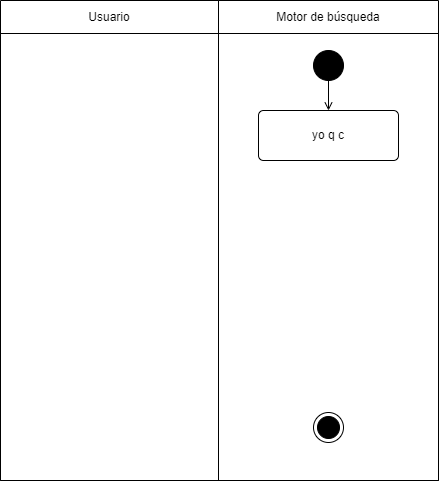
Above: diagramas/actividades/Buscar arquitectura.drawio.png in TT-NAS/NAS (draw.io), before the change. Source tidied: cells renumbered, new cells last; positions are measured from the earlier drawing's top-left corner, leaving out a move shared by most shapes. Source of this version:
```xml
<mxGraphModel>
  <root>
    <mxCell id="0" />
    <mxCell id="1" parent="0" />
    <mxCell id="2" style="shape=table;html=1;whiteSpace=wrap;startSize=0;fillColor=none;swimlaneFillColor=#ffffff;strokeColor=none;" parent="1" vertex="1">
      <mxGeometry width="438" height="480" as="geometry" />
    </mxCell>
    <mxCell id="3" style="shape=partialRectangle;html=1;whiteSpace=wrap;fillColor=none;top=0;left=0;bottom=0;right=0;strokeColor=none;" parent="2" vertex="1">
      <mxGeometry width="438" height="33" as="geometry" />
    </mxCell>
    <mxCell id="4" value="Usuario" style="shape=partialRectangle;html=1;whiteSpace=wrap;fillColor=none;top=1;left=1;bottom=1;right=1;overflow=hidden;" parent="3" vertex="1">
      <mxGeometry width="218" height="33" as="geometry" />
    </mxCell>
    <mxCell id="5" value="Motor de búsqueda" style="shape=partialRectangle;html=1;whiteSpace=wrap;fillColor=none;top=1;left=1;bottom=1;right=1;overflow=hidden;" parent="3" vertex="1">
      <mxGeometry x="218" width="220" height="33" as="geometry" />
    </mxCell>
    <mxCell id="6" style="shape=partialRectangle;html=1;whiteSpace=wrap;fillColor=none;top=1;left=1;bottom=1;right=1;" parent="2" vertex="1">
      <mxGeometry y="33" width="438" height="447" as="geometry" />
    </mxCell>
    <mxCell id="7" style="shape=partialRectangle;html=1;whiteSpace=wrap;fillColor=none;top=1;left=1;bottom=1;right=1;overflow=hidden;" parent="6" vertex="1">
      <mxGeometry width="218" height="447" as="geometry" />
    </mxCell>
    <mxCell id="8" style="shape=partialRectangle;html=1;whiteSpace=wrap;fillColor=none;top=1;left=1;bottom=1;right=1;overflow=hidden;" parent="6" vertex="1">
      <mxGeometry x="218" width="220" height="447" as="geometry" />
    </mxCell>
    <mxCell id="9" value="yo q c" style="html=1;align=center;verticalAlign=middle;rounded=1;absoluteArcSize=1;arcSize=10;dashed=0;whiteSpace=wrap;" parent="1" vertex="1">
      <mxGeometry x="258" y="110" width="140" height="50" as="geometry" />
    </mxCell>
    <mxCell id="10" style="edgeStyle=none;html=1;exitX=0.5;exitY=1;exitDx=0;exitDy=0;entryX=0.5;entryY=0;entryDx=0;entryDy=0;endArrow=open;endFill=0;" parent="1" edge="1" source="11" target="9">
      <mxGeometry relative="1" as="geometry" />
    </mxCell>
    <mxCell id="11" style="ellipse;fillColor=strokeColor;html=1;" parent="1" vertex="1">
      <mxGeometry x="313" y="50" width="30" height="30" as="geometry" />
    </mxCell>
    <mxCell id="12" style="ellipse;html=1;shape=endState;fillColor=strokeColor;fontFamily=Helvetica;fontSize=11;fontColor=default;labelBackgroundColor=default;" parent="1" vertex="1">
      <mxGeometry x="313" y="412" width="30" height="30" as="geometry" />
    </mxCell>
  </root>
</mxGraphModel>
```
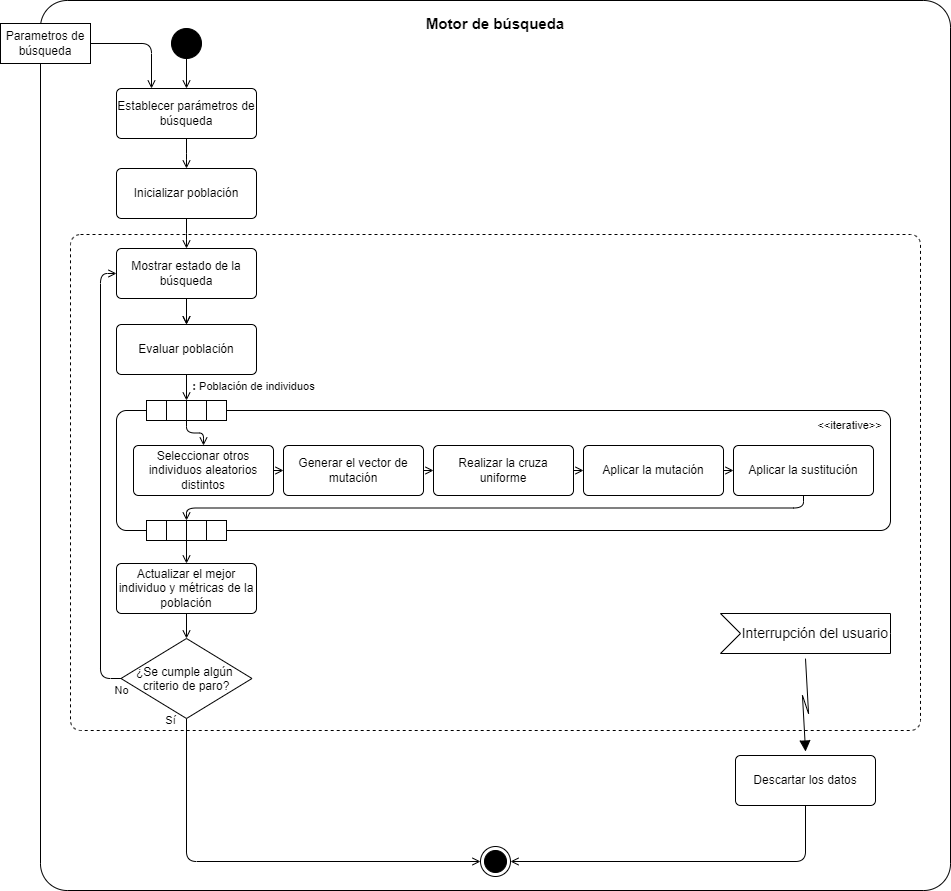
The same diagram one commit later.

Diff of the diagram source:
```diff
@@ -1,39 +1,185 @@
-<mxGraphModel>
+<mxGraphModel background="#ffffff">
   <root>
     <mxCell id="0" />
     <mxCell id="1" parent="0" />
-    <mxCell id="2" style="shape=table;html=1;whiteSpace=wrap;startSize=0;fillColor=none;swimlaneFillColor=#ffffff;strokeColor=none;" parent="1" vertex="1">
-      <mxGeometry width="438" height="480" as="geometry" />
-    </mxCell>
-    <mxCell id="3" style="shape=partialRectangle;html=1;whiteSpace=wrap;fillColor=none;top=0;left=0;bottom=0;right=0;strokeColor=none;" parent="2" vertex="1">
-      <mxGeometry width="438" height="33" as="geometry" />
-    </mxCell>
-    <mxCell id="4" value="Usuario" style="shape=partialRectangle;html=1;whiteSpace=wrap;fillColor=none;top=1;left=1;bottom=1;right=1;overflow=hidden;" parent="3" vertex="1">
-      <mxGeometry width="218" height="33" as="geometry" />
-    </mxCell>
+    <mxCell id="13" style="rounded=1;whiteSpace=wrap;html=1;arcSize=3;fontColor=#000000;" parent="1" vertex="1">
+      <mxGeometry x="658" y="-60" width="910" height="890" as="geometry" />
+    </mxCell>
+    <mxCell id="14" style="html=1;align=center;verticalAlign=top;rounded=1;absoluteArcSize=1;arcSize=20;dashed=1;whiteSpace=wrap;fontColor=#000000;" parent="1" vertex="1">
+      <mxGeometry x="688" y="174" width="850" height="496" as="geometry" />
+    </mxCell>
+    <mxCell id="15" style="ellipse;html=1;shape=endState;fillColor=strokeColor;fontFamily=Helvetica;fontSize=11;fontColor=#000000;labelBackgroundColor=default;" parent="1" vertex="1">
+      <mxGeometry x="1098" y="786" width="30" height="30" as="geometry" />
+    </mxCell>
+    <mxCell id="16" style="edgeStyle=orthogonalEdgeStyle;shape=connector;rounded=1;html=1;exitX=0.5;exitY=1;exitDx=0;exitDy=0;entryX=0.5;entryY=0;entryDx=0;entryDy=0;strokeColor=default;align=center;verticalAlign=middle;fontFamily=Helvetica;fontSize=11;fontColor=#000000;labelBackgroundColor=default;endArrow=open;endFill=0;" parent="1" edge="1" source="18" target="21">
+      <mxGeometry relative="1" as="geometry" />
+    </mxCell>
+    <mxCell id="17" style="edgeStyle=orthogonalEdgeStyle;shape=connector;rounded=1;html=1;exitX=0.5;exitY=1;exitDx=0;exitDy=0;entryX=0.5;entryY=0;entryDx=0;entryDy=0;strokeColor=default;align=center;verticalAlign=middle;fontFamily=Helvetica;fontSize=11;fontColor=#000000;labelBackgroundColor=default;endArrow=open;endFill=0;" parent="1" edge="1" source="18" target="21">
+      <mxGeometry relative="1" as="geometry" />
+    </mxCell>
+    <mxCell id="18" value="&lt;div&gt;Mostrar estado de la búsqueda&lt;/div&gt;" style="html=1;align=center;verticalAlign=middle;rounded=1;absoluteArcSize=1;arcSize=10;dashed=0;whiteSpace=wrap;fontColor=#000000;" parent="1" vertex="1">
+      <mxGeometry x="734" y="188" width="140" height="50" as="geometry" />
+    </mxCell>
+    <mxCell id="19" style="edgeStyle=orthogonalEdgeStyle;html=1;exitX=0.5;exitY=1;exitDx=0;exitDy=0;entryX=0.5;entryY=0;entryDx=0;entryDy=0;endArrow=open;endFill=0;fontColor=#000000;" parent="1" edge="1" source="21" target="48">
+      <mxGeometry relative="1" as="geometry" />
+    </mxCell>
+    <mxCell id="20" value="&lt;b&gt;:&lt;/b&gt; Población de individuos" style="edgeLabel;html=1;align=center;verticalAlign=middle;fontFamily=Helvetica;fontSize=11;fontColor=#000000;labelBackgroundColor=default;" parent="19" vertex="1">
+      <mxGeometry x="-0.19" y="3" relative="1" as="geometry">
+        <mxPoint x="63" as="offset" />
+      </mxGeometry>
+    </mxCell>
+    <mxCell id="21" value="&lt;span&gt;&lt;font&gt;Evaluar población&lt;/font&gt;&lt;/span&gt;" style="html=1;align=center;verticalAlign=middle;rounded=1;absoluteArcSize=1;arcSize=10;dashed=0;whiteSpace=wrap;fontColor=#000000;" parent="1" vertex="1">
+      <mxGeometry x="734" y="264" width="140" height="50" as="geometry" />
+    </mxCell>
+    <mxCell id="22" style="edgeStyle=none;html=1;exitX=0.5;exitY=1;exitDx=0;exitDy=0;entryX=0.5;entryY=0;entryDx=0;entryDy=0;endArrow=open;endFill=0;fontColor=#000000;" parent="1" edge="1" source="23" target="26">
+      <mxGeometry relative="1" as="geometry" />
+    </mxCell>
+    <mxCell id="23" value="&lt;span style=&quot;&quot;&gt;Actualizar el mejor individuo y métricas de la población&lt;/span&gt;" style="html=1;align=center;verticalAlign=middle;rounded=1;absoluteArcSize=1;arcSize=10;dashed=0;whiteSpace=wrap;fontColor=#000000;" parent="1" vertex="1">
+      <mxGeometry x="734" y="503" width="140" height="50" as="geometry" />
+    </mxCell>
+    <mxCell id="24" value="No" style="edgeStyle=elbowEdgeStyle;shape=connector;rounded=1;html=1;exitX=0;exitY=0.5;exitDx=0;exitDy=0;entryX=0;entryY=0.5;entryDx=0;entryDy=0;strokeColor=default;align=center;verticalAlign=middle;fontFamily=Helvetica;fontSize=11;fontColor=#000000;labelBackgroundColor=default;endArrow=open;endFill=0;" parent="1" edge="1" source="26" target="18">
+      <mxGeometry x="-1" y="12" relative="1" as="geometry">
+        <Array as="points">
+          <mxPoint x="718" y="510" />
+        </Array>
+      </mxGeometry>
+    </mxCell>
+    <mxCell id="25" value="Sí" style="edgeStyle=orthogonalEdgeStyle;shape=connector;rounded=1;html=1;exitX=0.5;exitY=1;exitDx=0;exitDy=0;strokeColor=default;align=center;verticalAlign=middle;fontFamily=Helvetica;fontSize=11;fontColor=#000000;labelBackgroundColor=default;endArrow=open;endFill=0;entryX=0;entryY=0.5;entryDx=0;entryDy=0;" parent="1" edge="1" source="26" target="15">
+      <mxGeometry x="-0.99" y="-16" relative="1" as="geometry" />
+    </mxCell>
+    <mxCell id="26" value="¿Se cumple algún &#10;criterio de paro?" style="rhombus;fontColor=#000000;" parent="1" vertex="1">
+      <mxGeometry x="738.5" y="578" width="131" height="80" as="geometry" />
+    </mxCell>
+    <mxCell id="27" value="&amp;nbsp;Interrupción del usuario" style="html=1;shape=mxgraph.infographic.ribbonSimple;notch1=20;notch2=0;align=right;verticalAlign=middle;fontSize=14;fontStyle=0;fillColor=#FFFFFF;flipH=0;spacingRight=0;spacingLeft=14;whiteSpace=wrap;fontColor=#000000;" parent="1" vertex="1">
+      <mxGeometry x="1338" y="553" width="170" height="40" as="geometry" />
+    </mxCell>
+    <mxCell id="28" style="shape=mxgraph.lean_mapping.electronic_info_flow_edge;html=1;exitX=0;exitY=0;exitDx=85;exitDy=40;entryX=0.5;entryY=0;entryDx=0;entryDy=0;exitPerimeter=0;fontColor=#000000;" parent="1" edge="1" source="27" target="30">
+      <mxGeometry relative="1" as="geometry" />
+    </mxCell>
+    <mxCell id="29" style="edgeStyle=orthogonalEdgeStyle;shape=connector;rounded=1;html=1;exitX=0.5;exitY=1;exitDx=0;exitDy=0;entryX=1;entryY=0.5;entryDx=0;entryDy=0;strokeColor=default;align=center;verticalAlign=middle;fontFamily=Helvetica;fontSize=11;fontColor=#000000;labelBackgroundColor=default;endArrow=open;endFill=0;" parent="1" edge="1" source="30" target="15">
+      <mxGeometry relative="1" as="geometry" />
+    </mxCell>
+    <mxCell id="30" value="Descartar los datos" style="html=1;align=center;verticalAlign=middle;rounded=1;absoluteArcSize=1;arcSize=10;dashed=0;whiteSpace=wrap;fontColor=#000000;" parent="1" vertex="1">
+      <mxGeometry x="1353" y="695" width="140" height="50" as="geometry" />
+    </mxCell>
+    <mxCell id="31" style="edgeStyle=none;html=1;exitX=0.5;exitY=1;exitDx=0;exitDy=0;endArrow=open;endFill=0;entryX=0.5;entryY=0;entryDx=0;entryDy=0;fontColor=#000000;" parent="1" edge="1" source="32" target="38">
+      <mxGeometry relative="1" as="geometry" />
+    </mxCell>
+    <mxCell id="32" style="ellipse;fillColor=strokeColor;html=1;fontColor=#000000;" parent="1" vertex="1">
+      <mxGeometry x="789" y="-32" width="30" height="30" as="geometry" />
+    </mxCell>
-    <mxCell id="5" value="Motor de búsqueda" style="shape=partialRectangle;html=1;whiteSpace=wrap;fillColor=none;top=1;left=1;bottom=1;right=1;overflow=hidden;" parent="3" vertex="1">
-      <mxGeometry x="218" width="220" height="33" as="geometry" />
+    <mxCell id="5" value="&lt;b&gt;Motor de búsqueda&lt;/b&gt;" style="text;whiteSpace=wrap;html=1;fontSize=15;align=center;verticalAlign=middle;fontColor=#000000;" parent="1" vertex="1">
+      <mxGeometry x="1023" y="-52" width="180" height="30" as="geometry" />
     </mxCell>
-    <mxCell id="6" style="shape=partialRectangle;html=1;whiteSpace=wrap;fillColor=none;top=1;left=1;bottom=1;right=1;" parent="2" vertex="1">
-      <mxGeometry y="33" width="438" height="447" as="geometry" />
-    </mxCell>
-    <mxCell id="7" style="shape=partialRectangle;html=1;whiteSpace=wrap;fillColor=none;top=1;left=1;bottom=1;right=1;overflow=hidden;" parent="6" vertex="1">
-      <mxGeometry width="218" height="447" as="geometry" />
-    </mxCell>
-    <mxCell id="8" style="shape=partialRectangle;html=1;whiteSpace=wrap;fillColor=none;top=1;left=1;bottom=1;right=1;overflow=hidden;" parent="6" vertex="1">
-      <mxGeometry x="218" width="220" height="447" as="geometry" />
-    </mxCell>
-    <mxCell id="9" value="yo q c" style="html=1;align=center;verticalAlign=middle;rounded=1;absoluteArcSize=1;arcSize=10;dashed=0;whiteSpace=wrap;" parent="1" vertex="1">
-      <mxGeometry x="258" y="110" width="140" height="50" as="geometry" />
-    </mxCell>
-    <mxCell id="10" style="edgeStyle=none;html=1;exitX=0.5;exitY=1;exitDx=0;exitDy=0;entryX=0.5;entryY=0;entryDx=0;entryDy=0;endArrow=open;endFill=0;" parent="1" edge="1" source="11" target="9">
-      <mxGeometry relative="1" as="geometry" />
-    </mxCell>
-    <mxCell id="11" style="ellipse;fillColor=strokeColor;html=1;" parent="1" vertex="1">
-      <mxGeometry x="313" y="50" width="30" height="30" as="geometry" />
-    </mxCell>
-    <mxCell id="12" style="ellipse;html=1;shape=endState;fillColor=strokeColor;fontFamily=Helvetica;fontSize=11;fontColor=default;labelBackgroundColor=default;" parent="1" vertex="1">
-      <mxGeometry x="313" y="412" width="30" height="30" as="geometry" />
-    </mxCell>
+    <mxCell id="33" style="edgeStyle=orthogonalEdgeStyle;html=1;exitX=1;exitY=0.5;exitDx=0;exitDy=0;endArrow=open;endFill=0;entryX=0.25;entryY=0;entryDx=0;entryDy=0;fontColor=#000000;" parent="1" edge="1" source="34" target="38">
+      <mxGeometry relative="1" as="geometry" />
+    </mxCell>
+    <mxCell id="34" value="Parametros de búsqueda" style="html=1;align=center;verticalAlign=middle;rounded=0;absoluteArcSize=1;arcSize=10;dashed=0;whiteSpace=wrap;fontColor=#000000;" parent="1" vertex="1">
+      <mxGeometry x="618" y="-37" width="90" height="40" as="geometry" />
+    </mxCell>
+    <mxCell id="35" style="edgeStyle=orthogonalEdgeStyle;shape=connector;rounded=1;html=1;exitX=0.5;exitY=1;exitDx=0;exitDy=0;entryX=0.5;entryY=0;entryDx=0;entryDy=0;strokeColor=default;align=center;verticalAlign=middle;fontFamily=Helvetica;fontSize=11;fontColor=#000000;labelBackgroundColor=default;endArrow=open;endFill=0;" parent="1" edge="1" source="36">
+      <mxGeometry relative="1" as="geometry">
+        <mxPoint x="804" y="188" as="targetPoint" />
+      </mxGeometry>
+    </mxCell>
+    <mxCell id="36" value="Inicializar población" style="html=1;align=center;verticalAlign=middle;rounded=1;absoluteArcSize=1;arcSize=10;dashed=0;whiteSpace=wrap;fontColor=#000000;" parent="1" vertex="1">
+      <mxGeometry x="734" y="108" width="140" height="50" as="geometry" />
+    </mxCell>
+    <mxCell id="37" style="edgeStyle=orthogonalEdgeStyle;shape=connector;rounded=1;html=1;exitX=0.5;exitY=1;exitDx=0;exitDy=0;entryX=0.5;entryY=0;entryDx=0;entryDy=0;strokeColor=default;align=center;verticalAlign=middle;fontFamily=Helvetica;fontSize=11;fontColor=#000000;labelBackgroundColor=default;endArrow=open;endFill=0;" parent="1" edge="1" source="38">
+      <mxGeometry relative="1" as="geometry">
+        <mxPoint x="804" y="108" as="targetPoint" />
+      </mxGeometry>
+    </mxCell>
+    <mxCell id="38" value="&lt;span style=&quot;&quot;&gt;Establecer parámetros de búsqueda&lt;/span&gt;" style="html=1;align=center;verticalAlign=middle;rounded=1;absoluteArcSize=1;arcSize=10;dashed=0;whiteSpace=wrap;fontColor=#000000;" parent="1" vertex="1">
+      <mxGeometry x="734" y="28" width="140" height="50" as="geometry" />
+    </mxCell>
+    <mxCell id="39" style="html=1;dashed=0;rounded=1;absoluteArcSize=1;arcSize=20;verticalAlign=middle;align=center;whiteSpace=wrap;fontColor=#000000;" parent="1" vertex="1">
+      <mxGeometry x="734" y="350" width="774" height="120" as="geometry" />
+    </mxCell>
+    <mxCell id="40" style="edgeStyle=orthogonalEdgeStyle;shape=connector;rounded=1;html=1;exitX=0.5;exitY=1;exitDx=0;exitDy=0;entryX=0.5;entryY=0;entryDx=0;entryDy=0;strokeColor=default;align=center;verticalAlign=middle;fontFamily=Helvetica;fontSize=11;fontColor=#000000;labelBackgroundColor=default;endArrow=open;endFill=0;" parent="1" edge="1" source="53" target="23">
+      <mxGeometry relative="1" as="geometry" />
+    </mxCell>
+    <mxCell id="41" style="edgeStyle=orthogonalEdgeStyle;shape=connector;rounded=1;html=1;exitX=1;exitY=0.5;exitDx=0;exitDy=0;entryX=0;entryY=0.5;entryDx=0;entryDy=0;strokeColor=default;align=center;verticalAlign=middle;fontFamily=Helvetica;fontSize=11;fontColor=#000000;labelBackgroundColor=default;endArrow=open;endFill=0;" parent="1" edge="1" source="42" target="44">
+      <mxGeometry relative="1" as="geometry" />
+    </mxCell>
+    <mxCell id="42" value="&lt;span style=&quot;&quot;&gt;Realizar la cruza uniforme&lt;/span&gt;" style="html=1;align=center;verticalAlign=middle;rounded=1;absoluteArcSize=1;arcSize=10;dashed=0;whiteSpace=wrap;fontColor=#000000;" parent="1" vertex="1">
+      <mxGeometry x="1051" y="385" width="140" height="50" as="geometry" />
+    </mxCell>
+    <mxCell id="43" style="edgeStyle=orthogonalEdgeStyle;shape=connector;rounded=1;html=1;exitX=1;exitY=0.5;exitDx=0;exitDy=0;entryX=0;entryY=0.5;entryDx=0;entryDy=0;strokeColor=default;align=center;verticalAlign=middle;fontFamily=Helvetica;fontSize=11;fontColor=#000000;labelBackgroundColor=default;endArrow=open;endFill=0;" parent="1" edge="1" source="44" target="46">
+      <mxGeometry relative="1" as="geometry" />
+    </mxCell>
+    <mxCell id="44" value="&lt;span style=&quot;&quot;&gt;Aplicar la mutación&lt;/span&gt;" style="html=1;align=center;verticalAlign=middle;rounded=1;absoluteArcSize=1;arcSize=10;dashed=0;whiteSpace=wrap;fontColor=#000000;" parent="1" vertex="1">
+      <mxGeometry x="1201" y="385" width="140" height="50" as="geometry" />
+    </mxCell>
+    <mxCell id="45" style="edgeStyle=orthogonalEdgeStyle;shape=connector;rounded=1;html=1;entryX=0.5;entryY=0;entryDx=0;entryDy=0;strokeColor=default;align=center;verticalAlign=middle;fontFamily=Helvetica;fontSize=11;fontColor=#000000;labelBackgroundColor=default;endArrow=open;endFill=0;exitX=0.5;exitY=1;exitDx=0;exitDy=0;" parent="1" edge="1" source="46" target="53">
+      <mxGeometry relative="1" as="geometry" />
+    </mxCell>
+    <mxCell id="46" value="&lt;span style=&quot;&quot;&gt;Aplicar la sustitución&lt;/span&gt;" style="html=1;align=center;verticalAlign=middle;rounded=1;absoluteArcSize=1;arcSize=10;dashed=0;whiteSpace=wrap;fontColor=#000000;" parent="1" vertex="1">
+      <mxGeometry x="1351" y="385" width="140" height="50" as="geometry" />
+    </mxCell>
+    <mxCell id="47" style="edgeStyle=orthogonalEdgeStyle;shape=connector;rounded=1;html=1;exitX=0.5;exitY=1;exitDx=0;exitDy=0;strokeColor=default;align=center;verticalAlign=middle;fontFamily=Helvetica;fontSize=11;fontColor=#000000;labelBackgroundColor=default;endArrow=open;endFill=0;" parent="1" edge="1" source="48" target="60">
+      <mxGeometry relative="1" as="geometry" />
+    </mxCell>
+    <mxCell id="48" style="group;html=1;fontColor=#000000;" parent="1" vertex="1">
+      <mxGeometry x="764" y="340" width="80" height="20" as="geometry">
+        <mxPoint x="30" y="-10" as="offset" />
+      </mxGeometry>
+    </mxCell>
+    <mxCell id="49" style="html=1;whiteSpace=wrap;fontColor=#000000;" parent="48" vertex="1">
+      <mxGeometry width="20" height="20" relative="1" as="geometry" />
+    </mxCell>
+    <mxCell id="50" style="html=1;whiteSpace=wrap;fontColor=#000000;" parent="48" vertex="1">
+      <mxGeometry width="20" height="20" relative="1" as="geometry">
+        <mxPoint x="20" as="offset" />
+      </mxGeometry>
+    </mxCell>
+    <mxCell id="51" style="html=1;whiteSpace=wrap;fontColor=#000000;" parent="48" vertex="1">
+      <mxGeometry width="20" height="20" relative="1" as="geometry">
+        <mxPoint x="40" as="offset" />
+      </mxGeometry>
+    </mxCell>
+    <mxCell id="52" style="html=1;whiteSpace=wrap;fontColor=#000000;" parent="48" vertex="1">
+      <mxGeometry width="20" height="20" relative="1" as="geometry">
+        <mxPoint x="60" as="offset" />
+      </mxGeometry>
+    </mxCell>
+    <mxCell id="53" style="group;html=1;fontColor=#000000;" parent="1" vertex="1">
+      <mxGeometry x="764" y="460" width="80" height="20" as="geometry">
+        <mxPoint x="30" y="-10" as="offset" />
+      </mxGeometry>
+    </mxCell>
+    <mxCell id="54" style="html=1;whiteSpace=wrap;fontColor=#000000;" parent="53" vertex="1">
+      <mxGeometry width="20" height="20" relative="1" as="geometry" />
+    </mxCell>
+    <mxCell id="55" style="html=1;whiteSpace=wrap;fontColor=#000000;" parent="53" vertex="1">
+      <mxGeometry width="20" height="20" relative="1" as="geometry">
+        <mxPoint x="20" as="offset" />
+      </mxGeometry>
+    </mxCell>
+    <mxCell id="56" style="html=1;whiteSpace=wrap;fontColor=#000000;" parent="53" vertex="1">
+      <mxGeometry width="20" height="20" relative="1" as="geometry">
+        <mxPoint x="40" as="offset" />
+      </mxGeometry>
+    </mxCell>
+    <mxCell id="57" style="html=1;whiteSpace=wrap;fontColor=#000000;" parent="53" vertex="1">
+      <mxGeometry width="20" height="20" relative="1" as="geometry">
+        <mxPoint x="60" as="offset" />
+      </mxGeometry>
+    </mxCell>
+    <mxCell id="58" value="&amp;lt;&amp;lt;iterative&amp;gt;&amp;gt;" style="edgeLabel;html=1;align=center;verticalAlign=middle;fontFamily=Helvetica;fontSize=11;fontColor=#000000;labelBackgroundColor=default;" parent="1" vertex="1">
+      <mxGeometry x="1466" y="364" as="geometry" />
+    </mxCell>
+    <mxCell id="59" style="edgeStyle=orthogonalEdgeStyle;shape=connector;rounded=1;html=1;exitX=1;exitY=0.5;exitDx=0;exitDy=0;entryX=0;entryY=0.5;entryDx=0;entryDy=0;strokeColor=default;align=center;verticalAlign=middle;fontFamily=Helvetica;fontSize=11;fontColor=#000000;labelBackgroundColor=default;endArrow=open;endFill=0;" parent="1" edge="1" source="60" target="62">
+      <mxGeometry relative="1" as="geometry" />
+    </mxCell>
+    <mxCell id="60" value="&lt;span style=&quot;&quot;&gt;Seleccionar otros individuos aleatorios distintos&lt;/span&gt;" style="html=1;align=center;verticalAlign=middle;rounded=1;absoluteArcSize=1;arcSize=10;dashed=0;whiteSpace=wrap;fontColor=#000000;" parent="1" vertex="1">
+      <mxGeometry x="751" y="385" width="140" height="50" as="geometry" />
+    </mxCell>
+    <mxCell id="61" style="edgeStyle=orthogonalEdgeStyle;shape=connector;rounded=1;html=1;exitX=1;exitY=0.5;exitDx=0;exitDy=0;entryX=0;entryY=0.5;entryDx=0;entryDy=0;strokeColor=default;align=center;verticalAlign=middle;fontFamily=Helvetica;fontSize=11;fontColor=#000000;labelBackgroundColor=default;endArrow=open;endFill=0;" parent="1" edge="1" source="62" target="42">
+      <mxGeometry relative="1" as="geometry" />
+    </mxCell>
+    <mxCell id="62" value="&lt;span style=&quot;&quot;&gt;Generar el vector de mutación&lt;/span&gt;" style="html=1;align=center;verticalAlign=middle;rounded=1;absoluteArcSize=1;arcSize=10;dashed=0;whiteSpace=wrap;fontColor=#000000;" parent="1" vertex="1">
+      <mxGeometry x="901" y="385" width="140" height="50" as="geometry" />
+    </mxCell>
   </root>
 </mxGraphModel>
```
